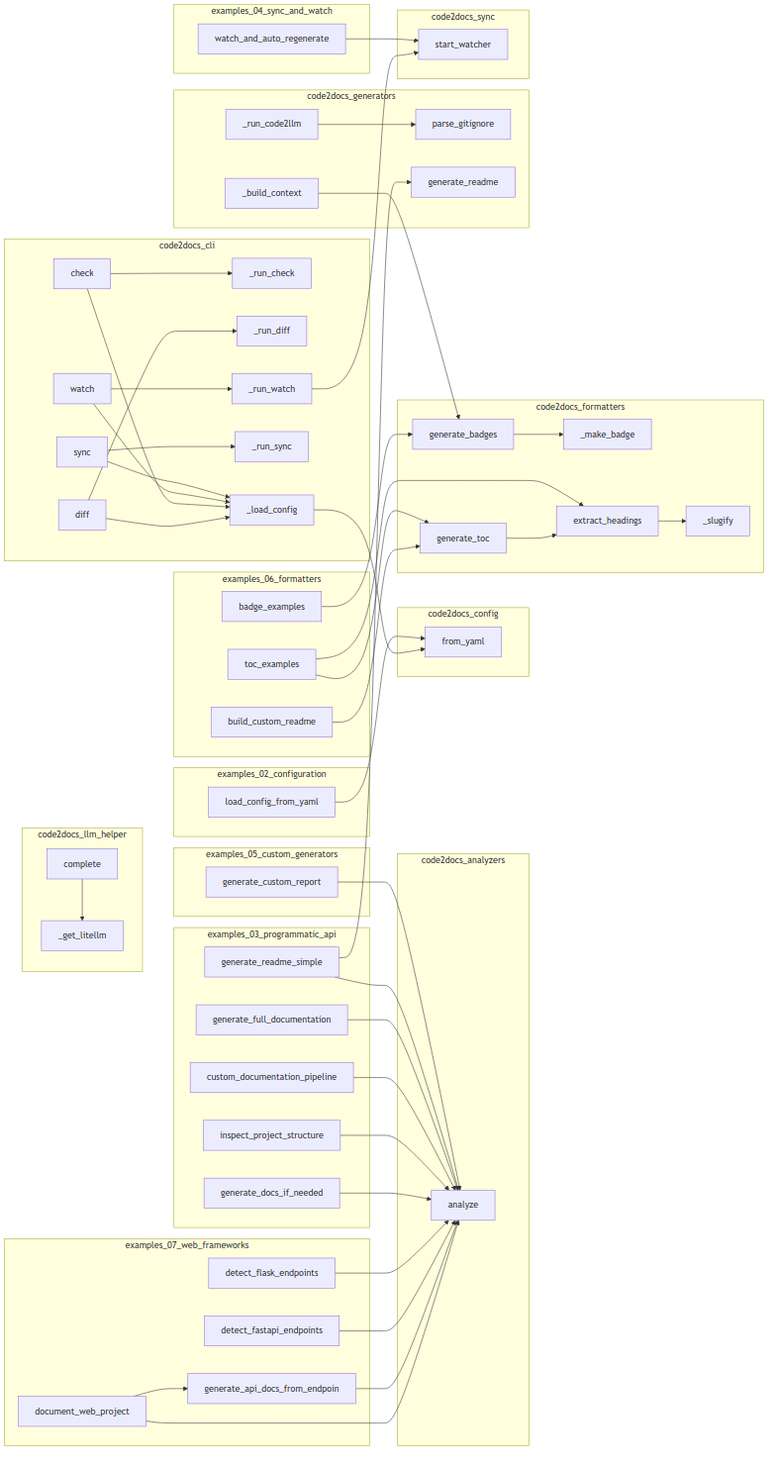
wronai/code2docs keeps this Mermaid diagram as project/calls.png. Above is the earlier version. Its source is kept beside it as project/calls.mmd.
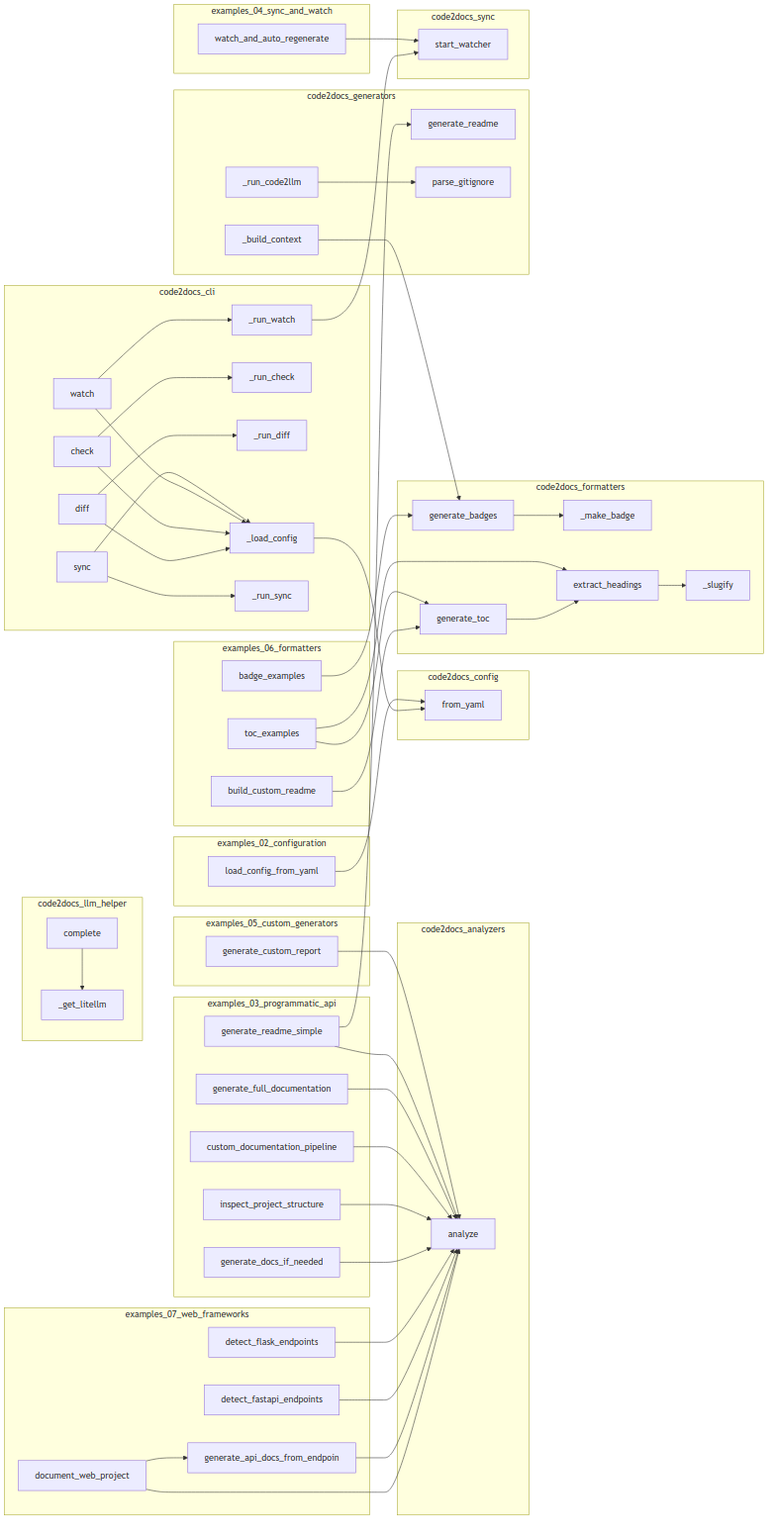
Later version of the same file.

The edit, as a diff of the source:
```diff
@@ -3,35 +3,35 @@
         code2docs__analyze["analyze"]
     end
     subgraph code2docs_cli
+        code2docs__cli__sync["sync"]
+        code2docs__cli__check["check"]
+        code2docs__cli___run_watch["_run_watch"]
+        code2docs__cli__diff["diff"]
+        code2docs__cli___run_check["_run_check"]
+        code2docs__cli___run_diff["_run_diff"]
         code2docs__cli___load_config["_load_config"]
-        code2docs__cli___run_check["_run_check"]
-        code2docs__cli__check["check"]
-        code2docs__cli__diff["diff"]
-        code2docs__cli__sync["sync"]
+        code2docs__cli__watch["watch"]
         code2docs__cli___run_sync["_run_sync"]
-        code2docs__cli___run_watch["_run_watch"]
-        code2docs__cli___run_diff["_run_diff"]
-        code2docs__cli__watch["watch"]
     end
     subgraph code2docs_config
         code2docs__config__Code2DocsConfig__from_yaml["from_yaml"]
     end
     subgraph code2docs_formatters
+        code2docs__formatters__badges___make_badge["_make_badge"]
+        code2docs__formatters__badges__generate_badges["generate_badges"]
+        code2docs__formatters__toc___slugify["_slugify"]
+        code2docs__formatters__toc__generate_toc["generate_toc"]
         code2docs__formatters__toc__extract_headings["extract_headings"]
-        code2docs__formatters__badges___make_badge["_make_badge"]
-        code2docs__formatters__toc__generate_toc["generate_toc"]
-        code2docs__formatters__toc___slugify["_slugify"]
-        code2docs__formatters__badges__generate_badges["generate_badges"]
     end
     subgraph code2docs_generators
+        code2docs__generators__readme_gen__generate_readme["generate_readme"]
+        code2docs__parse_gitignore["parse_gitignore"]
+        code2docs___run_code2llm["_run_code2llm"]
         code2docs___build_context["_build_context"]
-        code2docs__generators__readme_gen__generate_readme["generate_readme"]
-        code2docs___run_code2llm["_run_code2llm"]
-        code2docs__parse_gitignore["parse_gitignore"]
     end
     subgraph code2docs_llm_helper
+        code2docs__llm_helper___get_litellm["_get_litellm"]
         code2docs__llm_helper__LLMHelper__complete["complete"]
-        code2docs__llm_helper___get_litellm["_get_litellm"]
     end
     subgraph code2docs_sync
         code2docs__sync__watcher__start_watcher["start_watcher"]
@@ -40,10 +40,10 @@
         examples__02_configuration__load_config_from_yaml["load_config_from_yaml"]
     end
     subgraph examples_03_programmatic_api
-        examples__generate_docs_if_needed["generate_docs_if_needed"]
-        examples__generate_readme_simple["generate_readme_simple"]
         examples__custom_documentation_pipeline["custom_documentation_pipeline"]
         examples__generate_full_documentation["generate_full_documentation"]
+        examples__generate_readme_simple["generate_readme_simple"]
+        examples__generate_docs_if_needed["generate_docs_if_needed"]
         examples__inspect_project_structure["inspect_project_structure"]
     end
     subgraph examples_04_sync_and_watch
@@ -53,15 +53,15 @@
         examples__generate_custom_report["generate_custom_report"]
     end
     subgraph examples_06_formatters
+        examples__06_formatters__toc_examples["toc_examples"]
+        examples__06_formatters__build_custom_readme["build_custom_readme"]
         examples__06_formatters__badge_examples["badge_examples"]
-        examples__06_formatters__build_custom_readme["build_custom_readme"]
-        examples__06_formatters__toc_examples["toc_examples"]
     end
     subgraph examples_07_web_frameworks
         examples__generate_api_docs_from_endpoints["generate_api_docs_from_endpoin"]
+        examples__07_web_frameworks__document_web_project["document_web_project"]
+        examples__detect_fastapi_endpoints["detect_fastapi_endpoints"]
         examples__detect_flask_endpoints["detect_flask_endpoints"]
-        examples__detect_fastapi_endpoints["detect_fastapi_endpoints"]
-        examples__07_web_frameworks__document_web_project["document_web_project"]
     end
     code2docs__llm_helper__LLMHelper__complete --> code2docs__llm_helper___get_litellm
     examples__watch_and_auto_regenerate --> code2docs__sync__watcher__start_watcher
@@ -85,8 +85,8 @@
     code2docs__formatters__badges__generate_badges --> code2docs__formatters__badges___make_badge
     code2docs__formatters__toc__generate_toc --> code2docs__formatters__toc__extract_headings
     code2docs__formatters__toc__extract_headings --> code2docs__formatters__toc___slugify
+    code2docs___build_context --> code2docs__formatters__badges__generate_badges
     code2docs___run_code2llm --> code2docs__parse_gitignore
-    code2docs___build_context --> code2docs__formatters__badges__generate_badges
     code2docs__cli__sync --> code2docs__cli___load_config
     code2docs__cli__sync --> code2docs__cli___run_sync
     code2docs__cli__watch --> code2docs__cli___load_config
```
